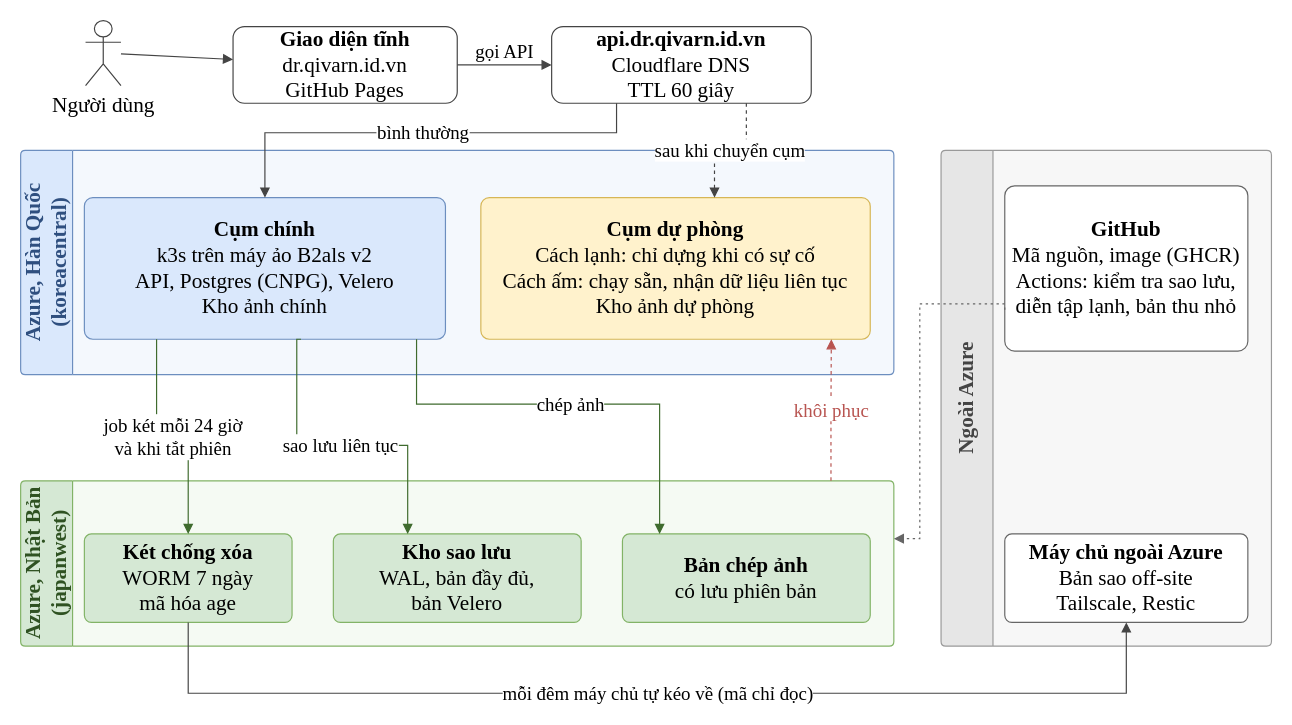
Above: docs/bao-cao/hinh/kien-truc.drawio in qivarnq3g/cloud-native-disaster-recovery (draw.io), before the change. Source tidied: cells renumbered, new cells numbered last; positions are measured from the earlier drawing's top-left corner, leaving out a move shared by most shapes. Both pictures are drawn from the tidied source at 118%, with x=0, y=0 at pixel (20, 20).
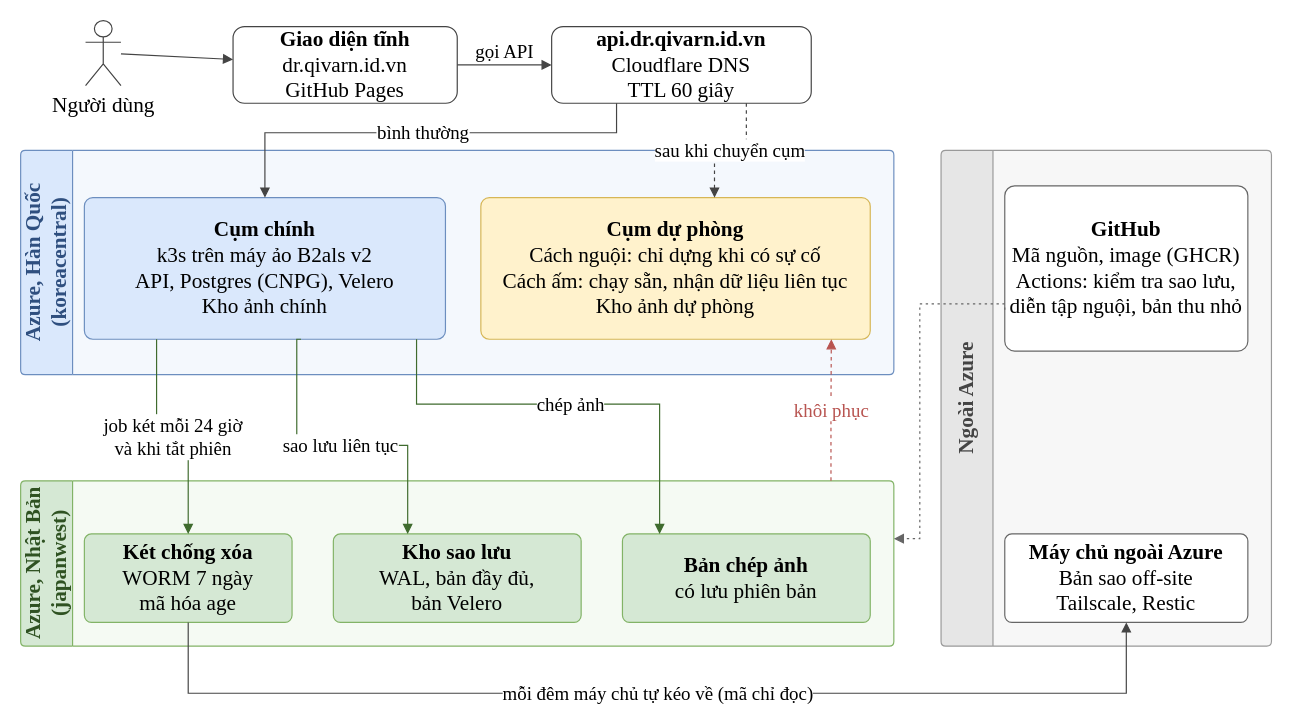
The same page after the edit.

What changed in the source:
```diff
@@
-    <mxCell id="9" value="&lt;b&gt;Cụm dự phòng&lt;/b&gt;&lt;br&gt;Cách lạnh: chỉ dựng khi có sự cố&lt;br&gt;Cách ấm: chạy sẵn, nhận dữ liệu liên tục&lt;br&gt;Kho ảnh dự phòng" style="rounded=1;arcSize=6;whiteSpace=wrap;html=1;fillColor=#FFF2CC;strokeColor=#D6B656;fontFamily=Times New Roman;fontSize=18;" parent="1" vertex="1">
+    <mxCell id="9" value="&lt;b&gt;Cụm dự phòng&lt;/b&gt;&lt;br&gt;Cách nguội: chỉ dựng khi có sự cố&lt;br&gt;Cách ấm: chạy sẵn, nhận dữ liệu liên tục&lt;br&gt;Kho ảnh dự phòng" style="rounded=1;arcSize=6;whiteSpace=wrap;html=1;fillColor=#FFF2CC;strokeColor=#D6B656;fontFamily=Times New Roman;fontSize=18;" parent="1" vertex="1">
       <mxGeometry x="390" y="150" width="330" height="120" as="geometry" />
     </mxCell>
@@
-    <mxCell id="13" value="&lt;b&gt;GitHub&lt;/b&gt;&lt;br&gt;Mã nguồn, image (GHCR)&lt;br&gt;Actions: kiểm tra sao lưu,&lt;br&gt;diễn tập lạnh, bản thu nhỏ" style="rounded=1;arcSize=6;whiteSpace=wrap;html=1;fillColor=#FFFFFF;strokeColor=#666666;fontFamily=Times New Roman;fontSize=18;" parent="1" vertex="1">
+    <mxCell id="13" value="&lt;b&gt;GitHub&lt;/b&gt;&lt;br&gt;Mã nguồn, image (GHCR)&lt;br&gt;Actions: kiểm tra sao lưu,&lt;br&gt;diễn tập nguội, bản thu nhỏ" style="rounded=1;arcSize=6;whiteSpace=wrap;html=1;fillColor=#FFFFFF;strokeColor=#666666;fontFamily=Times New Roman;fontSize=18;" parent="1" vertex="1">
       <mxGeometry x="834" y="140" width="206" height="140" as="geometry" />
     </mxCell>
```
